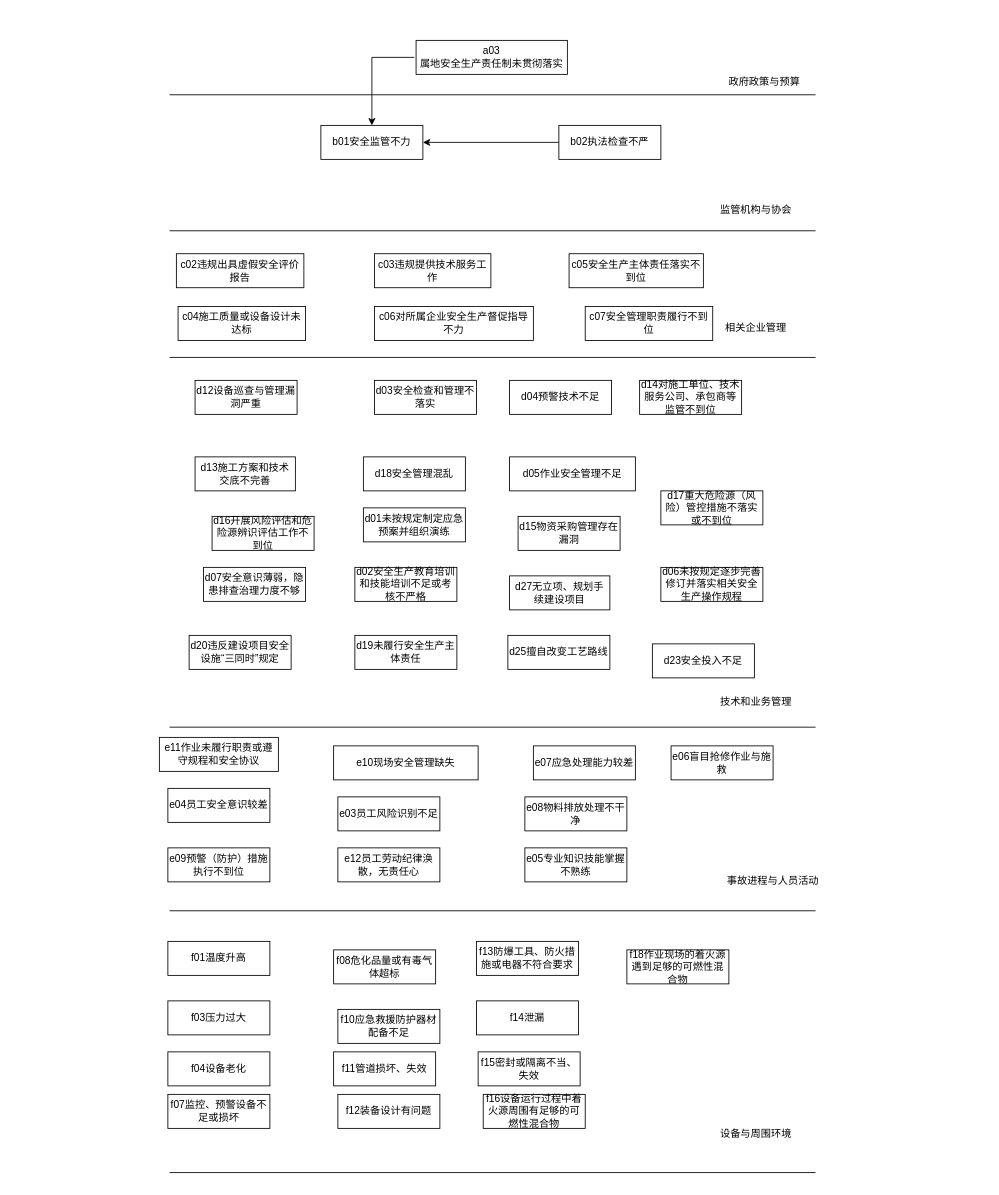
The draw.io diagram 未命名绘图.drawio in fangjiarong/docs, before the edit. Source tidied: cells renumbered, new cells numbered last; positions are measured from the earlier drawing's top-left corner, leaving out a move shared by most shapes. Both pictures are drawn from the tidied source at 85%, with x=0, y=0 at pixel (159, 40).
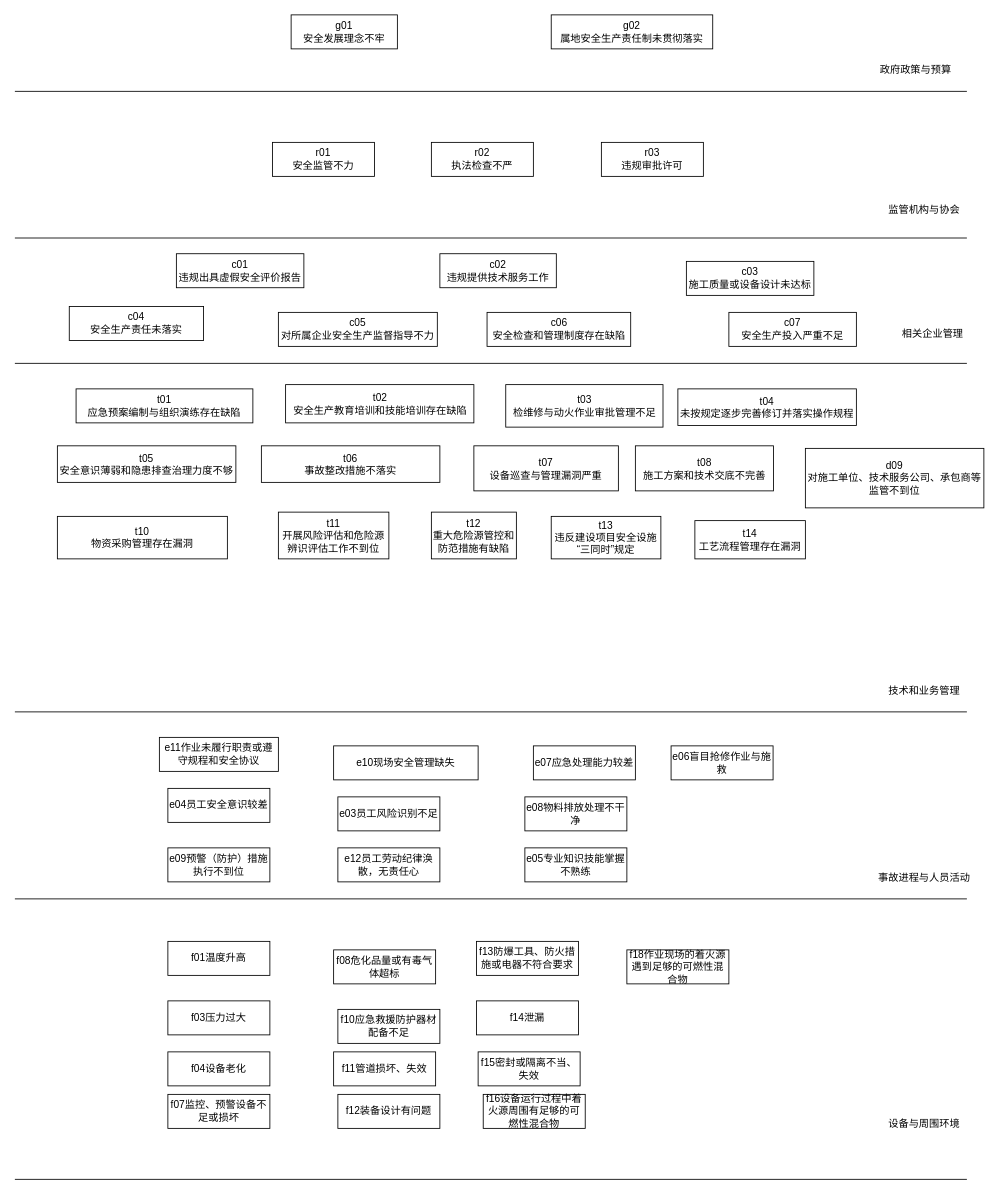
The same diagram, later.

Commit message (it also covers changes not shown here):
更新未命名绘图.drawio

Diff of the diagram source:
```diff
@@
     <mxCell id="2" style="endArrow=none;html=1;rounded=0;" parent="1" edge="1">
       <mxGeometry relative="1" as="geometry">
-        <mxPoint x="12" y="64" as="sourcePoint" />
-        <mxPoint x="772" y="64" as="targetPoint" />
+        <mxPoint x="-170" y="60" as="sourcePoint" />
+        <mxPoint x="950" y="60" as="targetPoint" />
       </mxGeometry>
     </mxCell>
-    <mxCell id="3" style="endArrow=none;html=1;rounded=0;" parent="1" edge="1">
-      <mxGeometry relative="1" as="geometry">
-        <mxPoint x="12" y="224" as="sourcePoint" />
-        <mxPoint x="772" y="224" as="targetPoint" />
-      </mxGeometry>
-    </mxCell>
-    <mxCell id="4" style="endArrow=none;html=1;rounded=0;" parent="1" edge="1">
-      <mxGeometry relative="1" as="geometry">
-        <mxPoint x="12" y="373" as="sourcePoint" />
-        <mxPoint x="772" y="373" as="targetPoint" />
-      </mxGeometry>
-    </mxCell>
-    <mxCell id="5" style="endArrow=none;html=1;rounded=0;" parent="1" edge="1">
-      <mxGeometry relative="1" as="geometry">
-        <mxPoint x="12" y="808" as="sourcePoint" />
-        <mxPoint x="772" y="808" as="targetPoint" />
-      </mxGeometry>
-    </mxCell>
-    <mxCell id="6" style="endArrow=none;html=1;rounded=0;" parent="1" edge="1">
-      <mxGeometry relative="1" as="geometry">
-        <mxPoint x="12" y="1024" as="sourcePoint" />
-        <mxPoint x="772" y="1024" as="targetPoint" />
-      </mxGeometry>
-    </mxCell>
     <mxCell id="7" value="政府政策与预算" style="text;html=1;strokeColor=none;fillColor=none;align=center;verticalAlign=middle;whiteSpace=wrap;rounded=0;" parent="1" vertex="1">
-      <mxGeometry x="662" y="34" width="100" height="30" as="geometry" />
+      <mxGeometry x="840" y="20" width="100" height="30" as="geometry" />
     </mxCell>
     <mxCell id="8" value="监管机构与协会" style="text;html=1;strokeColor=none;fillColor=none;align=center;verticalAlign=middle;whiteSpace=wrap;rounded=0;" parent="1" vertex="1">
-      <mxGeometry x="652" y="184" width="100" height="30" as="geometry" />
+      <mxGeometry x="850" y="184" width="100" height="30" as="geometry" />
     </mxCell>
     <mxCell id="9" value="相关企业管理" style="text;html=1;strokeColor=none;fillColor=none;align=center;verticalAlign=middle;whiteSpace=wrap;rounded=0;" parent="1" vertex="1">
-      <mxGeometry x="652" y="323" width="100" height="30" as="geometry" />
+      <mxGeometry x="860" y="330" width="100" height="30" as="geometry" />
     </mxCell>
     <mxCell id="10" value="技术和业务管理" style="text;html=1;strokeColor=none;fillColor=none;align=center;verticalAlign=middle;whiteSpace=wrap;rounded=0;" parent="1" vertex="1">
-      <mxGeometry x="652" y="763" width="100" height="30" as="geometry" />
+      <mxGeometry x="850" y="750" width="100" height="30" as="geometry" />
     </mxCell>
     <mxCell id="11" value="事故进程与人员活动" style="text;html=1;strokeColor=none;fillColor=none;align=center;verticalAlign=middle;whiteSpace=wrap;rounded=0;" parent="1" vertex="1">
-      <mxGeometry x="662" y="974" width="120" height="30" as="geometry" />
+      <mxGeometry x="840" y="970" width="120" height="30" as="geometry" />
     </mxCell>
     <mxCell id="12" value="设备与周围环境" style="text;html=1;strokeColor=none;fillColor=none;align=center;verticalAlign=middle;whiteSpace=wrap;rounded=0;" parent="1" vertex="1">
-      <mxGeometry x="652" y="1272" width="100" height="30" as="geometry" />
+      <mxGeometry x="850" y="1260" width="100" height="30" as="geometry" />
     </mxCell>
-    <mxCell id="13" style="endArrow=none;html=1;rounded=0;" parent="1" edge="1">
-      <mxGeometry relative="1" as="geometry">
-        <mxPoint x="12" y="1332" as="sourcePoint" />
-        <mxPoint x="772" y="1332" as="targetPoint" />
-      </mxGeometry>
-    </mxCell>
-    <mxCell id="14" value="a03&lt;br&gt;属地安全生产责任制未贯彻落实" style="rounded=0;whiteSpace=wrap;html=1;" parent="1" vertex="1">
-      <mxGeometry x="302" width="178" height="40" as="geometry" />
+    <mxCell id="14" value="g01&lt;br&gt;安全发展理念不牢" style="rounded=0;whiteSpace=wrap;html=1;" parent="1" vertex="1">
+      <mxGeometry x="155" y="-30" width="125" height="40" as="geometry" />
     </mxCell>
-    <mxCell id="15" value="b01安全监管不力" style="rounded=0;whiteSpace=wrap;html=1;" parent="1" vertex="1">
-      <mxGeometry x="190" y="100" width="120" height="40" as="geometry" />
+    <mxCell id="15" value="r01&lt;br&gt;安全监管不力" style="rounded=0;whiteSpace=wrap;html=1;" parent="1" vertex="1">
+      <mxGeometry x="133" y="120" width="120" height="40" as="geometry" />
     </mxCell>
-    <mxCell id="16" value="b02执法检查不严" style="rounded=0;whiteSpace=wrap;html=1;" parent="1" vertex="1">
-      <mxGeometry x="470" y="100" width="120" height="40" as="geometry" />
+    <mxCell id="16" value="r02&lt;br&gt;执法检查不严" style="rounded=0;whiteSpace=wrap;html=1;" parent="1" vertex="1">
+      <mxGeometry x="320" y="120" width="120" height="40" as="geometry" />
     </mxCell>
-    <mxCell id="17" value="c02违规出具虚假安全评价报告" style="rounded=0;whiteSpace=wrap;html=1;" parent="1" vertex="1">
+    <mxCell id="17" value="c01&lt;br&gt;违规出具虚假安全评价报告" style="rounded=0;whiteSpace=wrap;html=1;" parent="1" vertex="1">
       <mxGeometry x="20" y="251" width="150" height="40" as="geometry" />
     </mxCell>
-    <mxCell id="18" value="c03违规提供技术服务工作" style="rounded=0;whiteSpace=wrap;html=1;" parent="1" vertex="1">
-      <mxGeometry x="253" y="251" width="137" height="40" as="geometry" />
+    <mxCell id="18" value="c02&lt;br&gt;违规提供技术服务工作" style="rounded=0;whiteSpace=wrap;html=1;" parent="1" vertex="1">
+      <mxGeometry x="330" y="251" width="137" height="40" as="geometry" />
     </mxCell>
-    <mxCell id="19" value="c05安全生产主体责任落实不到位" style="rounded=0;whiteSpace=wrap;html=1;" parent="1" vertex="1">
-      <mxGeometry x="482" y="251" width="158" height="40" as="geometry" />
+    <mxCell id="19" value="c04&lt;br&gt;安全生产责任未落实" style="rounded=0;whiteSpace=wrap;html=1;" parent="1" vertex="1">
+      <mxGeometry x="-106" y="313" width="158" height="40" as="geometry" />
     </mxCell>
-    <mxCell id="20" value="d01未按规定制定应急预案并组织演练" style="rounded=0;whiteSpace=wrap;html=1;" parent="1" vertex="1">
-      <mxGeometry x="240" y="550" width="120" height="40" as="geometry" />
+    <mxCell id="20" value="t01&lt;br&gt;应急预案编制与组织演练存在缺陷" style="rounded=0;whiteSpace=wrap;html=1;" parent="1" vertex="1">
+      <mxGeometry x="-98" y="410" width="208" height="40" as="geometry" />
     </mxCell>
-    <mxCell id="21" value="d02安全生产教育培训和技能培训不足或考核不严格" style="rounded=0;whiteSpace=wrap;html=1;" parent="1" vertex="1">
-      <mxGeometry x="230" y="620" width="120" height="40" as="geometry" />
+    <mxCell id="21" value="t02&lt;br&gt;安全生产教育培训和技能培训存在缺陷" style="rounded=0;whiteSpace=wrap;html=1;" parent="1" vertex="1">
+      <mxGeometry x="148.5" y="405" width="221.5" height="45" as="geometry" />
     </mxCell>
-    <mxCell id="22" value="d03安全检查和管理不落实" style="rounded=0;whiteSpace=wrap;html=1;" parent="1" vertex="1">
-      <mxGeometry x="253" y="400" width="120" height="40" as="geometry" />
-    </mxCell>
-    <mxCell id="23" value="d05作业安全管理不足" style="rounded=0;whiteSpace=wrap;html=1;" parent="1" vertex="1">
-      <mxGeometry x="412" y="490" width="148" height="40" as="geometry" />
+    <mxCell id="23" value="t03&lt;br&gt;检维修与动火作业审批管理不足" style="rounded=0;whiteSpace=wrap;html=1;" parent="1" vertex="1">
+      <mxGeometry x="407.5" y="405" width="185" height="50" as="geometry" />
     </mxCell>
-    <mxCell id="24" value="d06未按规定逐步完善修订并落实相关安全生产操作规程" style="rounded=0;whiteSpace=wrap;html=1;" parent="1" vertex="1">
-      <mxGeometry x="590" y="620" width="120" height="40" as="geometry" />
+    <mxCell id="24" value="t04&lt;br&gt;未按规定逐步完善修订并落实操作规程" style="rounded=0;whiteSpace=wrap;html=1;" parent="1" vertex="1">
+      <mxGeometry x="610" y="410" width="210" height="43" as="geometry" />
     </mxCell>
-    <mxCell id="25" value="d07安全意识薄弱，隐患排查治理力度不够" style="rounded=0;whiteSpace=wrap;html=1;" parent="1" vertex="1">
-      <mxGeometry x="52" y="620" width="120" height="40" as="geometry" />
-    </mxCell>
-    <mxCell id="26" value="d12设备巡查与管理漏洞严重" style="rounded=0;whiteSpace=wrap;html=1;" parent="1" vertex="1">
-      <mxGeometry x="42" y="400" width="120" height="40" as="geometry" />
+    <mxCell id="26" value="t07&lt;br&gt;设备巡查与管理漏洞严重" style="rounded=0;whiteSpace=wrap;html=1;" parent="1" vertex="1">
+      <mxGeometry x="370" y="477" width="170" height="53" as="geometry" />
     </mxCell>
-    <mxCell id="27" value="d13施工方案和技术交底不完善" style="rounded=0;whiteSpace=wrap;html=1;" parent="1" vertex="1">
-      <mxGeometry x="42" y="490" width="118" height="40" as="geometry" />
+    <mxCell id="27" value="t08&lt;br&gt;施工方案和技术交底不完善" style="rounded=0;whiteSpace=wrap;html=1;" parent="1" vertex="1">
+      <mxGeometry x="560" y="477" width="162.5" height="53" as="geometry" />
     </mxCell>
-    <mxCell id="28" value="d14对施工单位、技术服务公司、承包商等监管不到位" style="rounded=0;whiteSpace=wrap;html=1;" parent="1" vertex="1">
-      <mxGeometry x="565" y="400" width="120" height="40" as="geometry" />
+    <mxCell id="28" value="d09&lt;br&gt;对施工单位、技术服务公司、承包商等监管不到位" style="rounded=0;whiteSpace=wrap;html=1;" parent="1" vertex="1">
+      <mxGeometry x="760" y="480" width="210" height="70" as="geometry" />
     </mxCell>
-    <mxCell id="29" value="d16开展风险评估和危险源辨识评估工作不到位" style="rounded=0;whiteSpace=wrap;html=1;" parent="1" vertex="1">
-      <mxGeometry x="62" y="560" width="120" height="40" as="geometry" />
+    <mxCell id="29" value="t11&lt;br&gt;开展风险评估和危险源辨识评估工作不到位" style="rounded=0;whiteSpace=wrap;html=1;" parent="1" vertex="1">
+      <mxGeometry x="140" y="555" width="130" height="55" as="geometry" />
     </mxCell>
-    <mxCell id="30" value="d17重大危险源（风险）管控措施不落实或不到位" style="rounded=0;whiteSpace=wrap;html=1;" parent="1" vertex="1">
-      <mxGeometry x="590" y="530" width="120" height="40" as="geometry" />
+    <mxCell id="30" value="t12&lt;br&gt;重大危险源管控和防范措施有缺陷" style="rounded=0;whiteSpace=wrap;html=1;" parent="1" vertex="1">
+      <mxGeometry x="320" y="555" width="100" height="55" as="geometry" />
     </mxCell>
-    <mxCell id="31" value="d18安全管理混乱" style="rounded=0;whiteSpace=wrap;html=1;" parent="1" vertex="1">
-      <mxGeometry x="240" y="490" width="120" height="40" as="geometry" />
-    </mxCell>
-    <mxCell id="32" value="d19未履行安全生产主体责任" style="rounded=0;whiteSpace=wrap;html=1;" parent="1" vertex="1">
-      <mxGeometry x="230" y="700" width="120" height="40" as="geometry" />
-    </mxCell>
-    <mxCell id="33" value="d23安全投入不足" style="rounded=0;whiteSpace=wrap;html=1;" parent="1" vertex="1">
-      <mxGeometry x="580" y="710" width="120" height="40" as="geometry" />
-    </mxCell>
@@
-    <mxCell id="43" style="endArrow=classic;html=1;rounded=0;entryX=0.5;entryY=0;entryDx=0;entryDy=0;" parent="1" edge="1" target="15">
-      <mxGeometry relative="1" as="geometry">
-        <mxPoint x="300" y="20" as="sourcePoint" />
-        <Array as="points">
-          <mxPoint x="250" y="20" />
-        </Array>
-      </mxGeometry>
-    </mxCell>
-    <mxCell id="44" style="endArrow=classic;html=1;rounded=0;entryX=1;entryY=0.5;entryDx=0;entryDy=0;" parent="1" edge="1" target="15">
-      <mxGeometry relative="1" as="geometry">
-        <mxPoint x="470" y="120" as="sourcePoint" />
-      </mxGeometry>
-    </mxCell>
-    <mxCell id="45" value="c04施工质量或设备设计未达标" style="rounded=0;whiteSpace=wrap;html=1;" parent="1" vertex="1">
-      <mxGeometry x="22" y="313" width="150" height="40" as="geometry" />
+    <mxCell id="45" value="c03&lt;br&gt;施工质量或设备设计未达标" style="rounded=0;whiteSpace=wrap;html=1;" parent="1" vertex="1">
+      <mxGeometry x="620" y="260" width="150" height="40" as="geometry" />
     </mxCell>
-    <mxCell id="46" value="c06对所属企业安全生产督促指导不力" style="rounded=0;whiteSpace=wrap;html=1;" parent="1" vertex="1">
-      <mxGeometry x="253" y="313" width="187" height="40" as="geometry" />
+    <mxCell id="46" value="c05&lt;br&gt;对所属企业安全生产监督指导不力" style="rounded=0;whiteSpace=wrap;html=1;" parent="1" vertex="1">
+      <mxGeometry x="140" y="320" width="187" height="40" as="geometry" />
     </mxCell>
-    <mxCell id="47" value="c07安全管理职责履行不到位" style="rounded=0;whiteSpace=wrap;html=1;" parent="1" vertex="1">
-      <mxGeometry x="501" y="313" width="150" height="40" as="geometry" />
+    <mxCell id="47" value="c06&lt;br&gt;安全检查和管理制度存在缺陷" style="rounded=0;whiteSpace=wrap;html=1;" parent="1" vertex="1">
+      <mxGeometry x="385.5" y="320" width="169" height="40" as="geometry" />
     </mxCell>
-    <mxCell id="48" value="d04预警技术不足" style="rounded=0;whiteSpace=wrap;html=1;" parent="1" vertex="1">
-      <mxGeometry x="412" y="400" width="120" height="40" as="geometry" />
-    </mxCell>
-    <mxCell id="49" value="d15物资采购管理存在漏洞" style="rounded=0;whiteSpace=wrap;html=1;" parent="1" vertex="1">
-      <mxGeometry x="422" y="560" width="120" height="40" as="geometry" />
-    </mxCell>
-    <mxCell id="50" value="d20违反建设项目安全设施“三同时”规定" style="rounded=0;whiteSpace=wrap;html=1;" parent="1" vertex="1">
-      <mxGeometry x="35" y="700" width="120" height="40" as="geometry" />
+    <mxCell id="50" value="t13&lt;br&gt;违反建设项目安全设施“三同时”规定" style="rounded=0;whiteSpace=wrap;html=1;" parent="1" vertex="1">
+      <mxGeometry x="461" y="560" width="129" height="50" as="geometry" />
     </mxCell>
-    <mxCell id="51" value="d25擅自改变工艺路线" style="rounded=0;whiteSpace=wrap;html=1;" parent="1" vertex="1">
-      <mxGeometry x="410" y="700" width="120" height="40" as="geometry" />
-    </mxCell>
-    <mxCell id="52" value="d27无立项、规划手续建设项目" style="rounded=0;whiteSpace=wrap;html=1;" parent="1" vertex="1">
-      <mxGeometry x="412" y="630" width="118" height="40" as="geometry" />
-    </mxCell>
@@
+    <mxCell id="67" value="g02&lt;br&gt;属地安全生产责任制未贯彻落实" style="rounded=0;whiteSpace=wrap;html=1;" parent="1" vertex="1">
+      <mxGeometry x="461" y="-30" width="190" height="40" as="geometry" />
+    </mxCell>
+    <mxCell id="68" value="r03&lt;br&gt;违规审批许可" style="rounded=0;whiteSpace=wrap;html=1;" parent="1" vertex="1">
+      <mxGeometry x="520" y="120" width="120" height="40" as="geometry" />
+    </mxCell>
+    <mxCell id="69" value="c07&lt;br&gt;安全生产投入严重不足" style="rounded=0;whiteSpace=wrap;html=1;" parent="1" vertex="1">
+      <mxGeometry x="670" y="320" width="150" height="40" as="geometry" />
+    </mxCell>
+    <mxCell id="70" style="endArrow=none;html=1;rounded=0;" parent="1" edge="1">
+      <mxGeometry relative="1" as="geometry">
+        <mxPoint x="-170" y="232.5" as="sourcePoint" />
+        <mxPoint x="950" y="232.5" as="targetPoint" />
+      </mxGeometry>
+    </mxCell>
+    <mxCell id="71" style="endArrow=none;html=1;rounded=0;" parent="1" edge="1">
+      <mxGeometry relative="1" as="geometry">
+        <mxPoint x="-170" y="380" as="sourcePoint" />
+        <mxPoint x="950" y="380" as="targetPoint" />
+      </mxGeometry>
+    </mxCell>
+    <mxCell id="72" style="endArrow=none;html=1;rounded=0;" parent="1" edge="1">
+      <mxGeometry relative="1" as="geometry">
+        <mxPoint x="-170" y="790" as="sourcePoint" />
+        <mxPoint x="950" y="790" as="targetPoint" />
+      </mxGeometry>
+    </mxCell>
+    <mxCell id="73" style="endArrow=none;html=1;rounded=0;" parent="1" edge="1">
+      <mxGeometry relative="1" as="geometry">
+        <mxPoint x="-170" y="1010" as="sourcePoint" />
+        <mxPoint x="950" y="1010" as="targetPoint" />
+      </mxGeometry>
+    </mxCell>
+    <mxCell id="74" style="endArrow=none;html=1;rounded=0;" parent="1" edge="1">
+      <mxGeometry relative="1" as="geometry">
+        <mxPoint x="-170" y="1340" as="sourcePoint" />
+        <mxPoint x="950" y="1340" as="targetPoint" />
+      </mxGeometry>
+    </mxCell>
+    <mxCell id="75" value="t05&lt;br&gt;安全意识薄弱和隐患排查治理力度不够" style="rounded=0;whiteSpace=wrap;html=1;" parent="1" vertex="1">
+      <mxGeometry x="-120" y="477" width="210" height="43" as="geometry" />
+    </mxCell>
+    <mxCell id="76" value="t06&lt;br&gt;事故整改措施不落实" style="rounded=0;whiteSpace=wrap;html=1;" parent="1" vertex="1">
+      <mxGeometry x="120" y="477" width="210" height="43" as="geometry" />
+    </mxCell>
+    <mxCell id="77" value="t10&lt;br&gt;物资采购管理存在漏洞" style="rounded=0;whiteSpace=wrap;html=1;" parent="1" vertex="1">
+      <mxGeometry x="-120" y="560" width="200" height="50" as="geometry" />
+    </mxCell>
+    <mxCell id="78" value="t14&lt;br&gt;工艺流程管理存在漏洞" style="rounded=0;whiteSpace=wrap;html=1;" parent="1" vertex="1">
+      <mxGeometry x="630" y="565" width="130" height="45" as="geometry" />
+    </mxCell>
```
